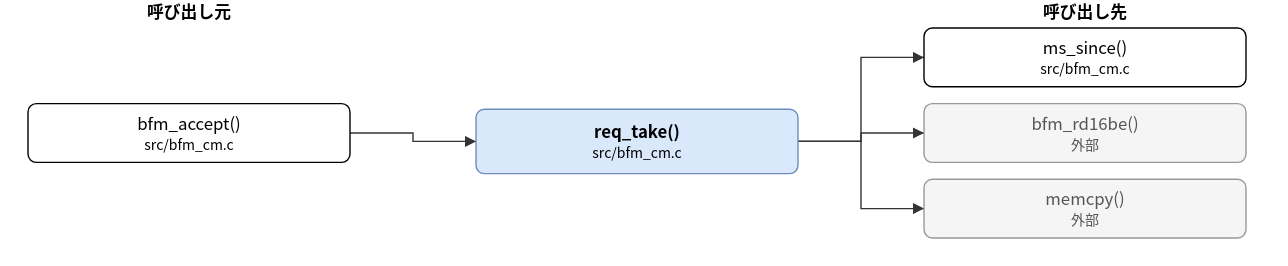
Earlier version of the draw.io export doc/spec/images/call_src_bfm_cm-req_take.drawio.svg (hf355051012-ai/bfmem). Source tidied: cells renumbered, new cells last; positions are measured from the earlier drawing's top-left corner, leaving out a move shared by most shapes.
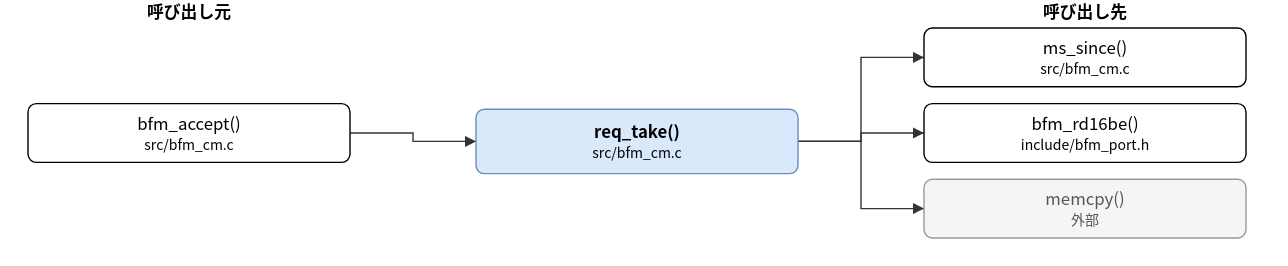
The same file after the commit.

Diff of the diagram source:
```diff
@@ -11,7 +11,7 @@
     <mxCell id="4" value="ms_since()&lt;br&gt;&lt;font style=&quot;font-size:10px&quot;&gt;src/bfm_cm.c&lt;/font&gt;" style="rounded=1;whiteSpace=wrap;html=1;" parent="1" vertex="1">
       <mxGeometry x="640" y="20" width="230" height="42" as="geometry" />
     </mxCell>
-    <mxCell id="5" value="bfm_rd16be()&lt;br&gt;&lt;font style=&quot;font-size:10px&quot;&gt;外部&lt;/font&gt;" style="rounded=1;whiteSpace=wrap;html=1;fillColor=#f5f5f5;strokeColor=#999999;fontColor=#555555;" parent="1" vertex="1">
+    <mxCell id="5" value="bfm_rd16be()&lt;br&gt;&lt;font style=&quot;font-size:10px&quot;&gt;include/bfm_port.h&lt;/font&gt;" style="rounded=1;whiteSpace=wrap;html=1;" parent="1" vertex="1">
       <mxGeometry x="640" y="74" width="230" height="42" as="geometry" />
     </mxCell>
     <mxCell id="6" value="memcpy()&lt;br&gt;&lt;font style=&quot;font-size:10px&quot;&gt;外部&lt;/font&gt;" style="rounded=1;whiteSpace=wrap;html=1;fillColor=#f5f5f5;strokeColor=#999999;fontColor=#555555;" parent="1" vertex="1">
```
